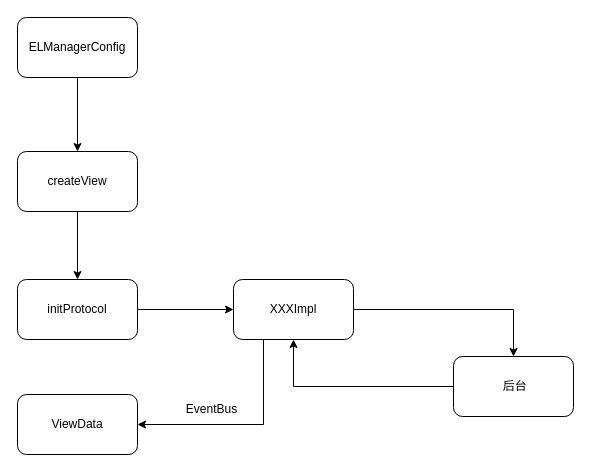
Before: page "旧直播间流程" (2 of 2) of live_operate.drawio in cangwang/news, a draw.io diagram. Source tidied: cells renumbered, new cells numbered last; positions are measured from the earlier drawing's top-left corner, leaving out a move shared by most shapes. Both pictures are drawn from the tidied source at 100%, with x=0, y=0 at pixel (17, 17).
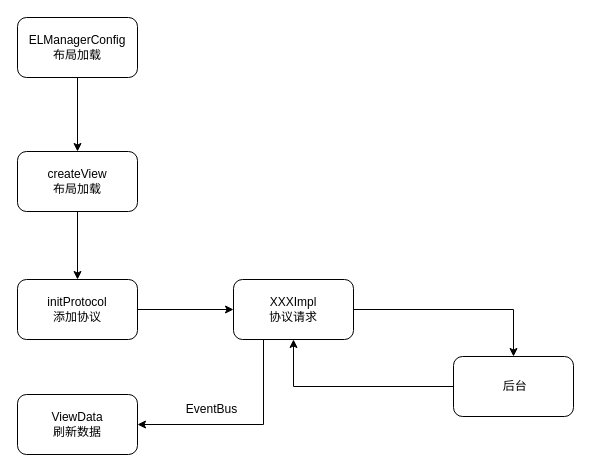
The same diagram, later.

What changed in the source:
```diff
@@
 <mxGraphModel>
   <root>
     <mxCell id="0" />
     <mxCell id="1" parent="0" />
     <mxCell id="2" style="edgeStyle=orthogonalEdgeStyle;rounded=0;jettySize=auto;html=1;exitX=0.5;exitY=1;exitDx=0;exitDy=0;" parent="1" edge="1" source="3" target="7">
       <mxGeometry relative="1" as="geometry" />
     </mxCell>
-    <mxCell id="3" value="createView" style="rounded=1;whiteSpace=wrap;html=1;" parent="1" vertex="1">
+    <mxCell id="3" value="createView&lt;br&gt;布局加载" style="rounded=1;whiteSpace=wrap;html=1;" parent="1" vertex="1">
       <mxGeometry y="134" width="120" height="60" as="geometry" />
     </mxCell>
     <mxCell id="4" style="edgeStyle=orthogonalEdgeStyle;rounded=0;jettySize=auto;html=1;exitX=0.5;exitY=1;exitDx=0;exitDy=0;" parent="1" edge="1" source="5" target="3">
       <mxGeometry relative="1" as="geometry" />
     </mxCell>
-    <mxCell id="5" value="ELManagerConfig" style="rounded=1;whiteSpace=wrap;html=1;" parent="1" vertex="1">
+    <mxCell id="5" value="ELManagerConfig&lt;br&gt;布局加载" style="rounded=1;whiteSpace=wrap;html=1;" parent="1" vertex="1">
       <mxGeometry width="120" height="60" as="geometry" />
     </mxCell>
     <mxCell id="6" style="edgeStyle=orthogonalEdgeStyle;rounded=0;jettySize=auto;html=1;exitX=1;exitY=0.5;exitDx=0;exitDy=0;" parent="1" edge="1" source="7" target="10">
       <mxGeometry relative="1" as="geometry" />
     </mxCell>
-    <mxCell id="7" value="initProtocol" style="rounded=1;whiteSpace=wrap;html=1;" parent="1" vertex="1">
+    <mxCell id="7" value="initProtocol&lt;br&gt;添加协议" style="rounded=1;whiteSpace=wrap;html=1;" parent="1" vertex="1">
       <mxGeometry y="262" width="120" height="60" as="geometry" />
     </mxCell>
     <mxCell id="8" style="edgeStyle=orthogonalEdgeStyle;rounded=0;jettySize=auto;html=1;exitX=1;exitY=0.5;exitDx=0;exitDy=0;" parent="1" edge="1" source="10" target="12">
       <mxGeometry relative="1" as="geometry" />
     </mxCell>
     <mxCell id="9" style="edgeStyle=orthogonalEdgeStyle;rounded=0;jettySize=auto;html=1;exitX=0.25;exitY=1;exitDx=0;exitDy=0;entryX=1;entryY=0.5;entryDx=0;entryDy=0;" parent="1" edge="1" source="10" target="13">
       <mxGeometry relative="1" as="geometry" />
     </mxCell>
-    <mxCell id="10" value="XXXImpl" style="rounded=1;whiteSpace=wrap;html=1;" parent="1" vertex="1">
+    <mxCell id="10" value="XXXImpl&lt;br&gt;协议请求" style="rounded=1;whiteSpace=wrap;html=1;" parent="1" vertex="1">
       <mxGeometry x="216" y="262" width="120" height="60" as="geometry" />
     </mxCell>
     <mxCell id="11" style="edgeStyle=orthogonalEdgeStyle;rounded=0;jettySize=auto;html=1;exitX=0;exitY=0.5;exitDx=0;exitDy=0;entryX=0.5;entryY=1;entryDx=0;entryDy=0;" parent="1" edge="1" source="12" target="10">
       <mxGeometry relative="1" as="geometry" />
     </mxCell>
     <mxCell id="12" value="&amp;nbsp;后台" style="rounded=1;whiteSpace=wrap;html=1;" parent="1" vertex="1">
       <mxGeometry x="436" y="339" width="120" height="60" as="geometry" />
     </mxCell>
-    <mxCell id="13" value="ViewData" style="rounded=1;whiteSpace=wrap;html=1;" parent="1" vertex="1">
+    <mxCell id="13" value="ViewData&lt;br&gt;刷新数据" style="rounded=1;whiteSpace=wrap;html=1;" parent="1" vertex="1">
       <mxGeometry y="377" width="120" height="60" as="geometry" />
     </mxCell>
     <mxCell id="14" value="EventBus" style="text;html=1;strokeColor=none;fillColor=none;align=center;verticalAlign=middle;whiteSpace=wrap;rounded=0;" parent="1" vertex="1">
       <mxGeometry x="167" y="382" width="55" height="20" as="geometry" />
     </mxCell>
   </root>
 </mxGraphModel>
```
